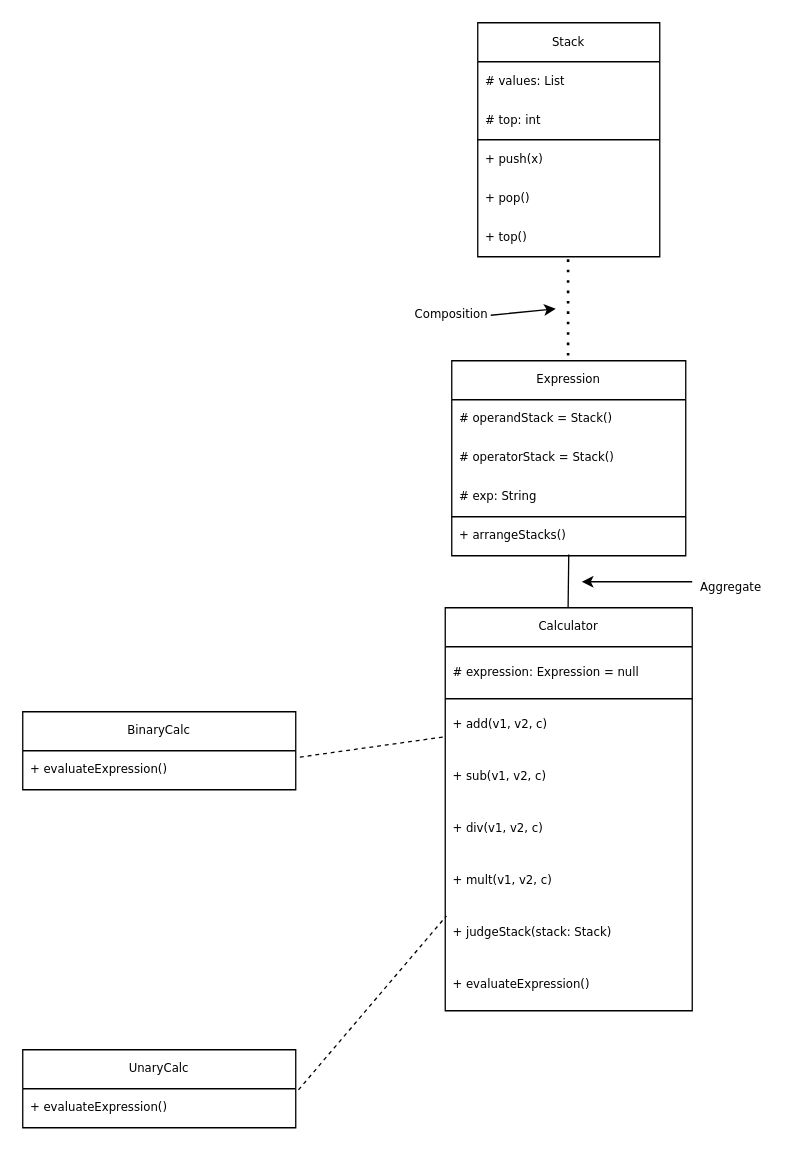
matty-gg/CSE2102-SP24-Lab1-Group19 keeps this draw.io diagram as Lab1ClassDiagram.drawio. Above is the earlier version. Source tidied: cells renumbered, new cells numbered last; positions are measured from the earlier drawing's top-left corner, leaving out a move shared by most shapes. Both pictures are drawn from the tidied source at 130%, with x=0, y=0 at pixel (22, 22).
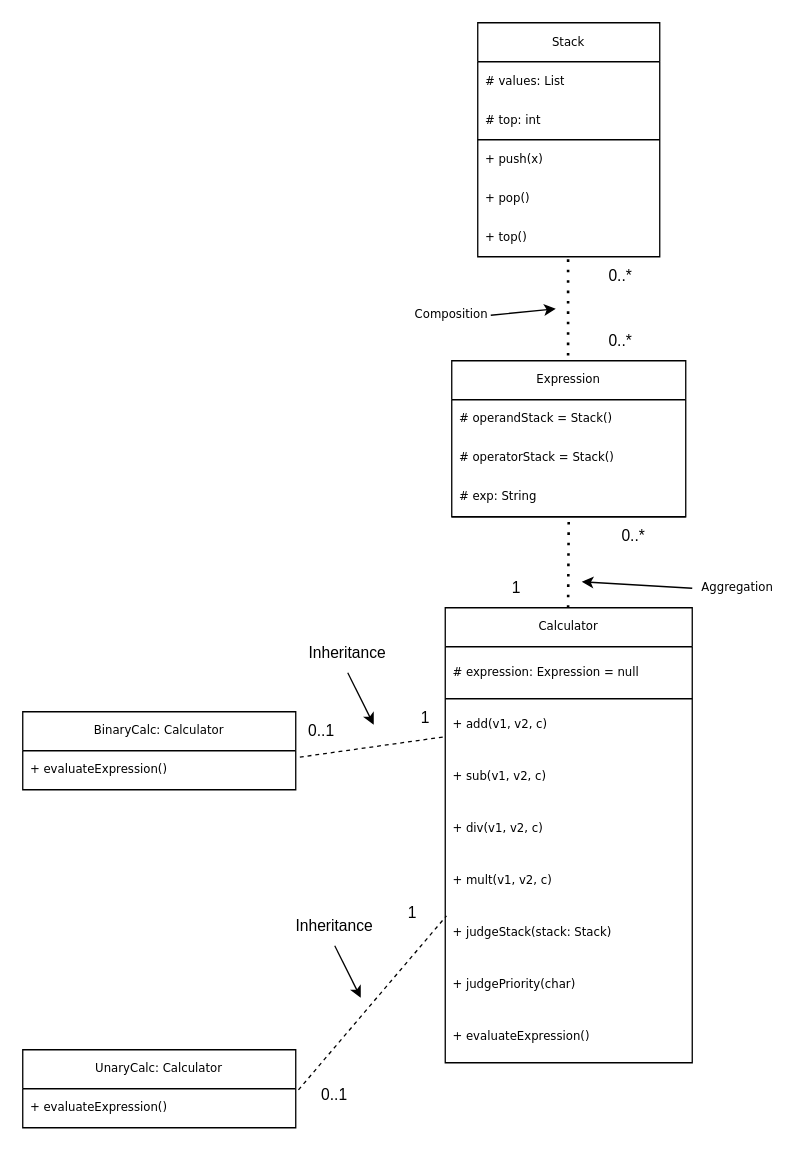
Above is the later version.

What changed in the source:
```diff
@@
     <mxCell id="9" value="Calculator" style="swimlane;fontStyle=0;horizontal=1;startSize=30;whiteSpace=wrap;html=1;fontSize=9;fontFamily=Verdana;" parent="1" vertex="1">
-      <mxGeometry x="325" y="450" width="190" height="310" as="geometry" />
+      <mxGeometry x="325" y="450" width="190" height="350" as="geometry" />
     </mxCell>
@@
+    <mxCell id="36" value="+ judgePriority(char)" style="text;strokeColor=none;fillColor=none;align=left;verticalAlign=middle;spacingLeft=4;spacingRight=4;overflow=hidden;whiteSpace=wrap;html=1;fontSize=9;fontFamily=Verdana;flipH=1;direction=east;" parent="9" vertex="1">
+      <mxGeometry y="270" width="190" height="40" as="geometry" />
+    </mxCell>
     <mxCell id="17" value="+ evaluateExpression()" style="text;strokeColor=none;fillColor=none;align=left;verticalAlign=middle;spacingLeft=4;spacingRight=4;overflow=hidden;whiteSpace=wrap;html=1;fontSize=9;fontFamily=Verdana;flipH=1;direction=east;" parent="9" vertex="1">
-      <mxGeometry y="270" width="190" height="40" as="geometry" />
+      <mxGeometry y="310" width="190" height="40" as="geometry" />
     </mxCell>
     <mxCell id="18" value="Expression" style="swimlane;fontStyle=0;horizontal=1;startSize=30;whiteSpace=wrap;html=1;fontFamily=Verdana;fontSize=9;" parent="1" vertex="1">
-      <mxGeometry x="330" y="260" width="180" height="150" as="geometry" />
+      <mxGeometry x="330" y="260" width="180" height="120" as="geometry" />
     </mxCell>
@@
-    <mxCell id="23" value="+ arrangeStacks()" style="text;strokeColor=none;fillColor=none;align=left;verticalAlign=middle;spacingLeft=4;spacingRight=4;overflow=hidden;points=[[0,0.5],[1,0.5]];portConstraint=eastwest;whiteSpace=wrap;html=1;fontFamily=Verdana;fontSize=9;" parent="18" vertex="1">
-      <mxGeometry y="120" width="180" height="30" as="geometry" />
-    </mxCell>
@@
-    <mxCell id="26" style="endArrow=classic;html=1;rounded=0;fontSize=9;fontFamily=Verdana;" parent="1" edge="1">
+    <mxCell id="26" style="endArrow=classic;html=1;rounded=0;fontSize=9;fontFamily=Verdana;exitX=0;exitY=0.5;exitDx=0;exitDy=0;" parent="1" edge="1" source="27">
       <mxGeometry relative="1" as="geometry">
-        <mxPoint x="515" y="430" as="sourcePoint" />
         <mxPoint x="430" y="430" as="targetPoint" />
       </mxGeometry>
     </mxCell>
-    <mxCell id="27" value="Aggregate" style="rounded=0;whiteSpace=wrap;html=1;strokeColor=none;fillColor=none;fontSize=9;fontFamily=Verdana;" parent="1" vertex="1">
-      <mxGeometry x="510" y="420" width="70" height="30" as="geometry" />
+    <mxCell id="27" value="Aggregation" style="rounded=0;whiteSpace=wrap;html=1;strokeColor=none;fillColor=none;fontSize=9;fontFamily=Verdana;" parent="1" vertex="1">
+      <mxGeometry x="515" y="420" width="70" height="30" as="geometry" />
     </mxCell>
-    <mxCell id="28" value="BinaryCalc" style="swimlane;fontStyle=0;horizontal=1;startSize=30;whiteSpace=wrap;html=1;fontSize=9;fontFamily=Verdana;" parent="1" vertex="1">
+    <mxCell id="28" value="BinaryCalc: Calculator" style="swimlane;fontStyle=0;horizontal=1;startSize=30;whiteSpace=wrap;html=1;fontSize=9;fontFamily=Verdana;" parent="1" vertex="1">
       <mxGeometry y="530" width="210" height="60" as="geometry" />
     </mxCell>
@@
-    <mxCell id="30" value="UnaryCalc" style="swimlane;fontStyle=0;horizontal=1;startSize=30;whiteSpace=wrap;html=1;fontSize=9;fontFamily=Verdana;" parent="1" vertex="1">
+    <mxCell id="30" value="UnaryCalc: Calculator" style="swimlane;fontStyle=0;horizontal=1;startSize=30;whiteSpace=wrap;html=1;fontSize=9;fontFamily=Verdana;" parent="1" vertex="1">
       <mxGeometry y="790" width="210" height="60" as="geometry" />
     </mxCell>
@@
-    <mxCell id="35" style="endArrow=none;html=1;rounded=0;entryX=0.5;entryY=0.967;entryDx=0;entryDy=0;entryPerimeter=0;" parent="1" edge="1" target="23">
-      <mxGeometry relative="1" as="geometry">
-        <mxPoint x="419.5" y="450" as="sourcePoint" />
-      </mxGeometry>
-    </mxCell>
+    <mxCell id="37" style="endArrow=none;dashed=1;html=1;dashPattern=1 3;strokeWidth=2;rounded=0;exitX=0.5;exitY=0;exitDx=0;exitDy=0;" parent="1" edge="1">
+      <mxGeometry relative="1" as="geometry">
+        <mxPoint x="419.5" y="450" as="sourcePoint" />
+        <mxPoint x="420" y="380" as="targetPoint" />
+      </mxGeometry>
+    </mxCell>
+    <mxCell id="38" value="0..*" style="text;html=1;strokeColor=none;fillColor=none;align=center;verticalAlign=middle;whiteSpace=wrap;rounded=0;" parent="1" vertex="1">
+      <mxGeometry x="440" y="380" width="60" height="30" as="geometry" />
+    </mxCell>
+    <mxCell id="39" value="1" style="text;html=1;strokeColor=none;fillColor=none;align=center;verticalAlign=middle;whiteSpace=wrap;rounded=0;" parent="1" vertex="1">
+      <mxGeometry x="350" y="420" width="60" height="30" as="geometry" />
+    </mxCell>
+    <mxCell id="40" value="0..1" style="text;html=1;strokeColor=none;fillColor=none;align=center;verticalAlign=middle;whiteSpace=wrap;rounded=0;" parent="1" vertex="1">
+      <mxGeometry x="200" y="530" width="60" height="30" as="geometry" />
+    </mxCell>
+    <mxCell id="41" value="0..1" style="text;html=1;strokeColor=none;fillColor=none;align=center;verticalAlign=middle;whiteSpace=wrap;rounded=0;" parent="1" vertex="1">
+      <mxGeometry x="210" y="810" width="60" height="30" as="geometry" />
+    </mxCell>
+    <mxCell id="42" value="0..*" style="text;html=1;strokeColor=none;fillColor=none;align=center;verticalAlign=middle;whiteSpace=wrap;rounded=0;" parent="1" vertex="1">
+      <mxGeometry x="430" y="180" width="60" height="30" as="geometry" />
+    </mxCell>
+    <mxCell id="43" value="1" style="text;html=1;strokeColor=none;fillColor=none;align=center;verticalAlign=middle;whiteSpace=wrap;rounded=0;" parent="1" vertex="1">
+      <mxGeometry x="270" y="670" width="60" height="30" as="geometry" />
+    </mxCell>
+    <mxCell id="44" value="1" style="text;html=1;strokeColor=none;fillColor=none;align=center;verticalAlign=middle;whiteSpace=wrap;rounded=0;" parent="1" vertex="1">
+      <mxGeometry x="280" y="520" width="60" height="30" as="geometry" />
+    </mxCell>
+    <mxCell id="45" value="0..*" style="text;html=1;strokeColor=none;fillColor=none;align=center;verticalAlign=middle;whiteSpace=wrap;rounded=0;" parent="1" vertex="1">
+      <mxGeometry x="430" y="230" width="60" height="30" as="geometry" />
+    </mxCell>
+    <mxCell id="46" style="endArrow=classic;html=1;rounded=0;" parent="1" edge="1" target="47">
+      <mxGeometry relative="1" as="geometry">
+        <mxPoint x="260" y="500" as="sourcePoint" />
+      </mxGeometry>
+    </mxCell>
+    <mxCell id="47" value="Inheritance&lt;br&gt;" style="text;html=1;strokeColor=none;fillColor=none;align=center;verticalAlign=middle;whiteSpace=wrap;rounded=0;" parent="1" vertex="1">
+      <mxGeometry x="220" y="470" width="60" height="30" as="geometry" />
+    </mxCell>
+    <mxCell id="48" style="endArrow=classic;html=1;rounded=0;" parent="1" edge="1">
+      <mxGeometry relative="1" as="geometry">
+        <mxPoint x="250" y="500" as="sourcePoint" />
+        <mxPoint x="270" y="540" as="targetPoint" />
+      </mxGeometry>
+    </mxCell>
+    <mxCell id="49" style="endArrow=classic;html=1;rounded=0;" parent="1" edge="1" target="50">
+      <mxGeometry relative="1" as="geometry">
+        <mxPoint x="250" y="710" as="sourcePoint" />
+      </mxGeometry>
+    </mxCell>
+    <mxCell id="50" value="Inheritance&lt;br&gt;" style="text;html=1;strokeColor=none;fillColor=none;align=center;verticalAlign=middle;whiteSpace=wrap;rounded=0;" parent="1" vertex="1">
+      <mxGeometry x="210" y="680" width="60" height="30" as="geometry" />
+    </mxCell>
+    <mxCell id="51" style="endArrow=classic;html=1;rounded=0;" parent="1" edge="1">
+      <mxGeometry relative="1" as="geometry">
+        <mxPoint x="240" y="710" as="sourcePoint" />
+        <mxPoint x="260" y="750" as="targetPoint" />
+      </mxGeometry>
+    </mxCell>
```
